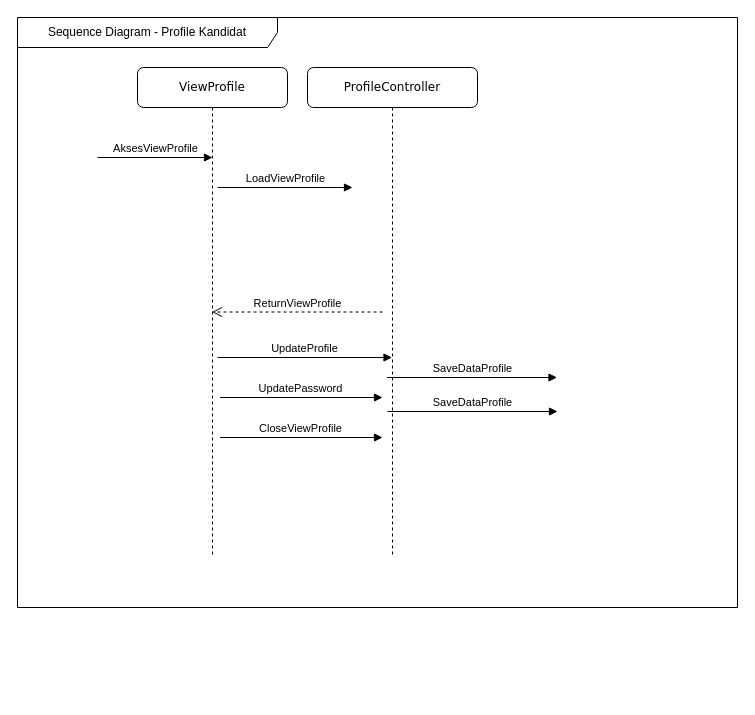
Earlier version of the draw.io diagram page "Kandidat - Profile" (8 of 8) of Design Diagram/Sequence Diagram/Sequence Diagram.drawio (onicyborg/project-nurul-copy). Source tidied: cells renumbered, new cells numbered last; positions are measured from the earlier drawing's top-left corner, leaving out a move shared by most shapes. Both pictures are drawn from the tidied source at 100%, with x=0, y=0 at pixel (17, 17).
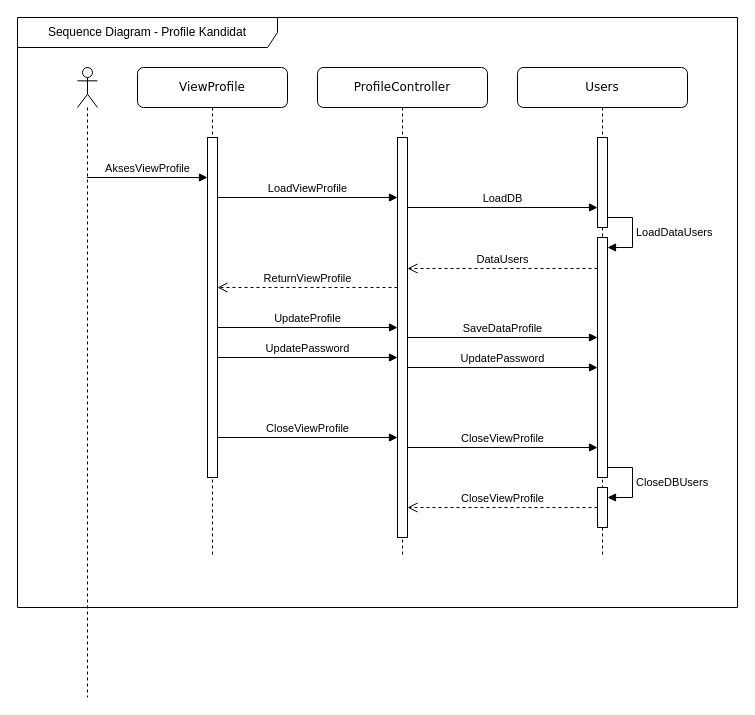
The same diagram, later.

Unchanged cells that the change refers to:
```xml
<mxCell id="3" value="ViewProfile" style="shape=umlLifeline;perimeter=lifelinePerimeter;whiteSpace=wrap;html=1;outlineConnect=0;rounded=1;shadow=0;comic=0;labelBackgroundColor=none;strokeWidth=1;fontFamily=Verdana;fontSize=12;align=center;" parent="1" vertex="1">
  <mxGeometry x="120" y="50" width="150" height="490" as="geometry" />
</mxCell>
```

The edit, as a diff of the source:
```diff
@@
-    <mxCell id="4" value="UpdateProfile" style="html=1;verticalAlign=bottom;endArrow=block;curved=0;rounded=0;" parent="3" edge="1" target="5">
-      <mxGeometry relative="1" as="geometry">
-        <mxPoint x="80" y="290" as="sourcePoint" />
-      </mxGeometry>
-    </mxCell>
+    <mxCell id="13" style="html=1;points=[[0,0,0,0,5],[0,1,0,0,-5],[1,0,0,0,5],[1,1,0,0,-5]];perimeter=orthogonalPerimeter;outlineConnect=0;targetShapes=umlLifeline;portConstraint=eastwest;newEdgeStyle={&quot;curved&quot;:0,&quot;rounded&quot;:0};" parent="3" vertex="1">
+      <mxGeometry x="70" y="70" width="10" height="340" as="geometry" />
+    </mxCell>
+    <mxCell id="10" value="AksesViewProfile" style="html=1;verticalAlign=bottom;endArrow=block;curved=0;rounded=0;" parent="3" edge="1">
+      <mxGeometry relative="1" as="geometry">
+        <mxPoint x="-50.5" y="110" as="sourcePoint" />
+        <mxPoint x="70" y="110" as="targetPoint" />
+      </mxGeometry>
+    </mxCell>
     <mxCell id="5" value="ProfileController" style="shape=umlLifeline;perimeter=lifelinePerimeter;whiteSpace=wrap;html=1;outlineConnect=0;rounded=1;shadow=0;comic=0;labelBackgroundColor=none;strokeWidth=1;fontFamily=Verdana;fontSize=12;align=center;" parent="1" vertex="1">
-      <mxGeometry x="290" y="50" width="170" height="490" as="geometry" />
+      <mxGeometry x="300" y="50" width="170" height="490" as="geometry" />
     </mxCell>
-    <mxCell id="6" value="LoadViewProfile" style="html=1;verticalAlign=bottom;endArrow=block;curved=0;rounded=0;entryX=0.22;entryY=0.006;entryDx=0;entryDy=0;entryPerimeter=0;" parent="5" edge="1">
-      <mxGeometry relative="1" as="geometry">
-        <mxPoint x="-90" y="120" as="sourcePoint" />
-        <mxPoint x="45" y="120" as="targetPoint" />
-      </mxGeometry>
-    </mxCell>
-    <mxCell id="7" value="ReturnViewProfile" style="html=1;verticalAlign=bottom;endArrow=open;dashed=1;endSize=8;curved=0;rounded=0;" parent="5" edge="1" target="3">
+    <mxCell id="7" value="ReturnViewProfile" style="html=1;verticalAlign=bottom;endArrow=open;dashed=1;endSize=8;curved=0;rounded=0;" parent="5" edge="1">
       <mxGeometry relative="1" as="geometry">
-        <mxPoint x="75" y="244.5" as="sourcePoint" />
+        <mxPoint x="80" y="220" as="sourcePoint" />
+        <mxPoint x="-100" y="220" as="targetPoint" />
       </mxGeometry>
     </mxCell>
-    <mxCell id="8" value="UpdatePassword" style="html=1;verticalAlign=bottom;endArrow=block;curved=0;rounded=0;entryX=0.26;entryY=0.892;entryDx=0;entryDy=0;entryPerimeter=0;" parent="5" edge="1">
+    <mxCell id="8" value="UpdatePassword" style="html=1;verticalAlign=bottom;endArrow=block;curved=0;rounded=0;entryX=0.26;entryY=0.892;entryDx=0;entryDy=0;entryPerimeter=0;" parent="5" edge="1" source="13">
       <mxGeometry relative="1" as="geometry">
-        <mxPoint x="-87.6" y="330" as="sourcePoint" />
-        <mxPoint x="75" y="330" as="targetPoint" />
+        <mxPoint x="80" y="290" as="targetPoint" />
       </mxGeometry>
     </mxCell>
-    <mxCell id="9" value="CloseViewProfile" style="html=1;verticalAlign=bottom;endArrow=block;curved=0;rounded=0;entryX=0.26;entryY=0.892;entryDx=0;entryDy=0;entryPerimeter=0;" parent="5" edge="1">
+    <mxCell id="9" value="CloseViewProfile" style="html=1;verticalAlign=bottom;endArrow=block;curved=0;rounded=0;" parent="5" edge="1" target="15">
       <mxGeometry relative="1" as="geometry">
-        <mxPoint x="-87.6" y="370" as="sourcePoint" />
-        <mxPoint x="75" y="370" as="targetPoint" />
+        <mxPoint x="-100" y="370" as="sourcePoint" />
       </mxGeometry>
     </mxCell>
-    <mxCell id="10" value="AksesViewProfile" style="html=1;verticalAlign=bottom;endArrow=block;curved=0;rounded=0;" parent="1" edge="1">
-      <mxGeometry relative="1" as="geometry">
-        <mxPoint x="80" y="140" as="sourcePoint" />
-        <mxPoint x="195" y="140" as="targetPoint" />
-      </mxGeometry>
-    </mxCell>
+    <mxCell id="6" value="LoadViewProfile" style="html=1;verticalAlign=bottom;endArrow=block;curved=0;rounded=0;" parent="5" edge="1" target="15">
+      <mxGeometry relative="1" as="geometry">
+        <mxPoint x="-100" y="130" as="sourcePoint" />
+      </mxGeometry>
+    </mxCell>
+    <mxCell id="14" value="LoadDB" style="html=1;verticalAlign=bottom;endArrow=block;curved=0;rounded=0;" parent="5" edge="1" target="19">
+      <mxGeometry relative="1" as="geometry">
+        <mxPoint x="90" y="140" as="sourcePoint" />
+      </mxGeometry>
+    </mxCell>
+    <mxCell id="15" style="html=1;points=[[0,0,0,0,5],[0,1,0,0,-5],[1,0,0,0,5],[1,1,0,0,-5]];perimeter=orthogonalPerimeter;outlineConnect=0;targetShapes=umlLifeline;portConstraint=eastwest;newEdgeStyle={&quot;curved&quot;:0,&quot;rounded&quot;:0};" parent="5" vertex="1">
+      <mxGeometry x="80" y="70" width="10" height="400" as="geometry" />
+    </mxCell>
+    <mxCell id="4" value="UpdateProfile" style="html=1;verticalAlign=bottom;endArrow=block;curved=0;rounded=0;" parent="5" edge="1">
+      <mxGeometry relative="1" as="geometry">
+        <mxPoint x="-100" y="260" as="sourcePoint" />
+        <mxPoint x="80" y="260" as="targetPoint" />
+      </mxGeometry>
+    </mxCell>
+    <mxCell id="16" value="Users" style="shape=umlLifeline;perimeter=lifelinePerimeter;whiteSpace=wrap;html=1;rounded=1;shadow=0;comic=0;labelBackgroundColor=none;strokeWidth=1;fontFamily=Verdana;fontSize=12;align=center;" parent="1" vertex="1">
+      <mxGeometry x="500" y="50" width="170" height="490" as="geometry" />
+    </mxCell>
+    <mxCell id="17" value="UpdatePassword" style="html=1;verticalAlign=bottom;endArrow=block;curved=0;rounded=0;" parent="16" edge="1" target="20">
+      <mxGeometry relative="1" as="geometry">
+        <mxPoint x="-110" y="300" as="sourcePoint" />
+      </mxGeometry>
+    </mxCell>
+    <mxCell id="18" value="CloseViewProfile" style="html=1;verticalAlign=bottom;endArrow=block;curved=0;rounded=0;" parent="16" edge="1" target="20">
+      <mxGeometry relative="1" as="geometry">
+        <mxPoint x="-110" y="380" as="sourcePoint" />
+      </mxGeometry>
+    </mxCell>
+    <mxCell id="19" style="html=1;points=[[0,0,0,0,5],[0,1,0,0,-5],[1,0,0,0,5],[1,1,0,0,-5]];perimeter=orthogonalPerimeter;outlineConnect=0;targetShapes=umlLifeline;portConstraint=eastwest;newEdgeStyle={&quot;curved&quot;:0,&quot;rounded&quot;:0};" parent="16" vertex="1">
+      <mxGeometry x="80" y="70" width="10" height="90" as="geometry" />
+    </mxCell>
+    <mxCell id="20" style="html=1;points=[[0,0,0,0,5],[0,1,0,0,-5],[1,0,0,0,5],[1,1,0,0,-5]];perimeter=orthogonalPerimeter;outlineConnect=0;targetShapes=umlLifeline;portConstraint=eastwest;newEdgeStyle={&quot;curved&quot;:0,&quot;rounded&quot;:0};" parent="16" vertex="1">
+      <mxGeometry x="80" y="170" width="10" height="240" as="geometry" />
+    </mxCell>
+    <mxCell id="21" value="LoadDataUsers" style="html=1;align=left;spacingLeft=2;endArrow=block;rounded=0;edgeStyle=orthogonalEdgeStyle;curved=0;rounded=0;" parent="16" edge="1" target="20">
+      <mxGeometry relative="1" as="geometry">
+        <mxPoint x="90" y="150" as="sourcePoint" />
+        <Array as="points">
+          <mxPoint x="115" y="180" />
+        </Array>
+      </mxGeometry>
+    </mxCell>
+    <mxCell id="22" value="DataUsers" style="html=1;verticalAlign=bottom;endArrow=open;dashed=1;endSize=8;curved=0;rounded=0;" parent="16" edge="1" target="15">
+      <mxGeometry relative="1" as="geometry">
+        <mxPoint x="80" y="201" as="sourcePoint" />
+      </mxGeometry>
+    </mxCell>
-    <mxCell id="11" value="SaveDataProfile" style="html=1;verticalAlign=bottom;endArrow=block;curved=0;rounded=0;" parent="1" edge="1">
+    <mxCell id="11" value="SaveDataProfile" style="html=1;verticalAlign=bottom;endArrow=block;curved=0;rounded=0;" parent="16" edge="1">
       <mxGeometry relative="1" as="geometry">
-        <mxPoint x="369.5" y="360" as="sourcePoint" />
-        <mxPoint x="539.5" y="360" as="targetPoint" />
+        <mxPoint x="-110" y="270" as="sourcePoint" />
+        <mxPoint x="80" y="270" as="targetPoint" />
       </mxGeometry>
     </mxCell>
-    <mxCell id="12" value="SaveDataProfile" style="html=1;verticalAlign=bottom;endArrow=block;curved=0;rounded=0;" parent="1" edge="1">
-      <mxGeometry relative="1" as="geometry">
-        <mxPoint x="370" y="394" as="sourcePoint" />
-        <mxPoint x="540" y="394" as="targetPoint" />
-      </mxGeometry>
-    </mxCell>
+    <mxCell id="23" style="html=1;points=[[0,0,0,0,5],[0,1,0,0,-5],[1,0,0,0,5],[1,1,0,0,-5]];perimeter=orthogonalPerimeter;outlineConnect=0;targetShapes=umlLifeline;portConstraint=eastwest;newEdgeStyle={&quot;curved&quot;:0,&quot;rounded&quot;:0};" parent="16" vertex="1">
+      <mxGeometry x="80" y="420" width="10" height="40" as="geometry" />
+    </mxCell>
+    <mxCell id="24" value="CloseDBUsers" style="html=1;align=left;spacingLeft=2;endArrow=block;rounded=0;edgeStyle=orthogonalEdgeStyle;curved=0;rounded=0;" parent="16" edge="1" target="23">
+      <mxGeometry relative="1" as="geometry">
+        <mxPoint x="90" y="400" as="sourcePoint" />
+        <Array as="points">
+          <mxPoint x="115" y="430" />
+        </Array>
+      </mxGeometry>
+    </mxCell>
+    <mxCell id="25" value="CloseViewProfile" style="html=1;verticalAlign=bottom;endArrow=open;dashed=1;endSize=8;curved=0;rounded=0;" parent="16" edge="1" source="23">
+      <mxGeometry relative="1" as="geometry">
+        <mxPoint x="-110" y="440" as="targetPoint" />
+      </mxGeometry>
+    </mxCell>
+    <mxCell id="26" style="shape=umlLifeline;perimeter=lifelinePerimeter;whiteSpace=wrap;html=1;newEdgeStyle={&quot;curved&quot;:0,&quot;rounded&quot;:0};participant=umlActor;" parent="1" vertex="1">
+      <mxGeometry x="60" y="50" width="20" height="630" as="geometry" />
+    </mxCell>
```
